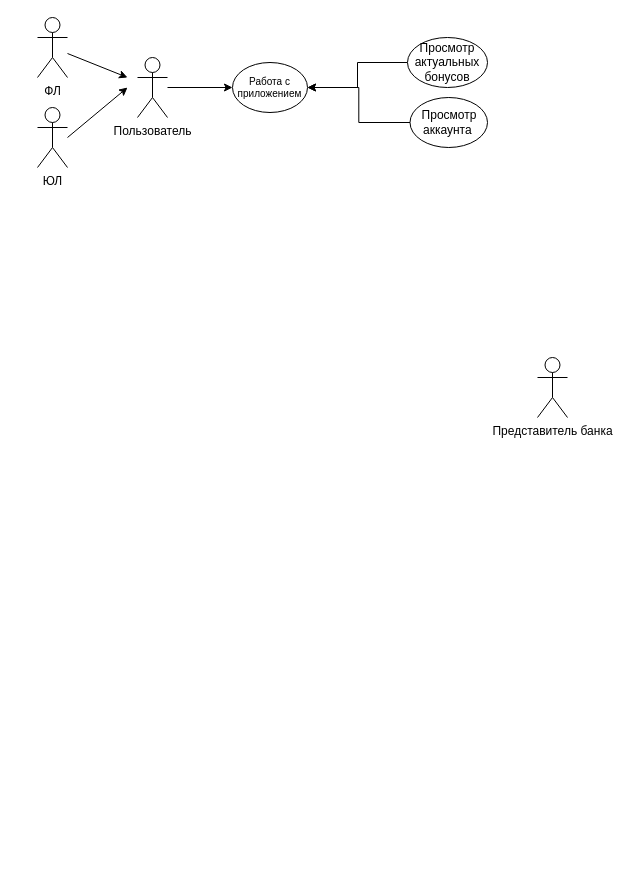
Earlier version of the draw.io diagram Диаграмма без названия.drawio (HeartBreakKidd/Portfolio). Source tidied: cells renumbered, new cells numbered last; positions are measured from the earlier drawing's top-left corner, leaving out a move shared by most shapes. Both pictures are drawn from the tidied source at 100%, with x=0, y=0 at pixel (37, 17).
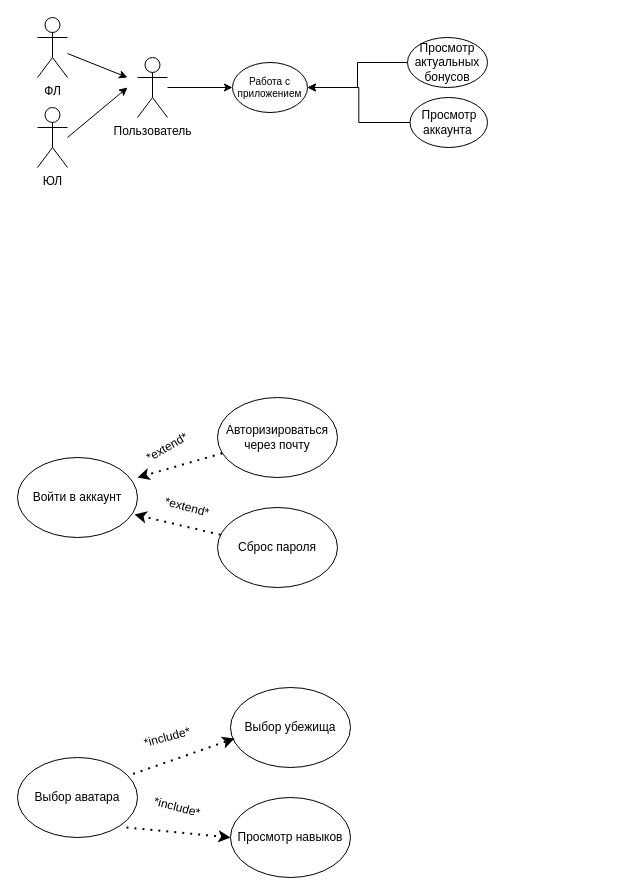
The same page after the edit.

Change to the diagram source:
```diff
@@
-    <mxCell id="3" value="Представитель банка" style="shape=umlActor;verticalLabelPosition=bottom;verticalAlign=top;html=1;" parent="1" vertex="1">
-      <mxGeometry x="500" y="340" width="30" height="60" as="geometry" />
-    </mxCell>
@@
+    <mxCell id="14" value="Войти в аккаунт" style="ellipse;whiteSpace=wrap;html=1;" parent="1" vertex="1">
+      <mxGeometry x="-20" y="440" width="120" height="80" as="geometry" />
+    </mxCell>
+    <mxCell id="15" value="Авторизироваться через почту" style="ellipse;whiteSpace=wrap;html=1;" parent="1" vertex="1">
+      <mxGeometry x="180" y="380" width="120" height="80" as="geometry" />
+    </mxCell>
+    <mxCell id="16" value="Сброс пароля" style="ellipse;whiteSpace=wrap;html=1;" parent="1" vertex="1">
+      <mxGeometry x="180" y="490" width="120" height="80" as="geometry" />
+    </mxCell>
+    <mxCell id="17" style="endArrow=classic;dashed=1;html=1;dashPattern=1 3;strokeWidth=2;rounded=0;entryX=1;entryY=0.25;entryDx=0;entryDy=0;targetPerimeterSpacing=0;endFill=1;entryPerimeter=0;" parent="1" edge="1" source="15" target="14">
+      <mxGeometry relative="1" as="geometry" />
+    </mxCell>
+    <mxCell id="18" style="endArrow=classic;dashed=1;html=1;dashPattern=1 3;strokeWidth=2;rounded=0;entryX=0.975;entryY=0.713;entryDx=0;entryDy=0;targetPerimeterSpacing=0;endFill=1;entryPerimeter=0;" parent="1" edge="1" source="16" target="14">
+      <mxGeometry relative="1" as="geometry" />
+    </mxCell>
+    <mxCell id="19" value="*extend*" style="text;html=1;align=center;verticalAlign=middle;whiteSpace=wrap;rounded=0;rotation=-30;" parent="1" vertex="1">
+      <mxGeometry x="110" y="410" width="40" height="40" as="geometry" />
+    </mxCell>
+    <mxCell id="20" value="*extend*" style="text;html=1;align=center;verticalAlign=middle;whiteSpace=wrap;rounded=0;rotation=15;" parent="1" vertex="1">
+      <mxGeometry x="130" y="470" width="40" height="40" as="geometry" />
+    </mxCell>
+    <mxCell id="21" value="Выбор убежища" style="ellipse;whiteSpace=wrap;html=1;" parent="1" vertex="1">
+      <mxGeometry x="193" y="670" width="120" height="80" as="geometry" />
+    </mxCell>
+    <mxCell id="22" value="Просмотр навыков" style="ellipse;whiteSpace=wrap;html=1;" parent="1" vertex="1">
+      <mxGeometry x="193" y="780" width="120" height="80" as="geometry" />
+    </mxCell>
+    <mxCell id="23" style="endArrow=classic;dashed=1;html=1;dashPattern=1 3;strokeWidth=2;rounded=0;entryX=0.033;entryY=0.638;entryDx=0;entryDy=0;targetPerimeterSpacing=0;endFill=1;entryPerimeter=0;exitX=0.9;exitY=0.238;exitDx=0;exitDy=0;exitPerimeter=0;" parent="1" edge="1" source="25" target="21">
+      <mxGeometry relative="1" as="geometry" />
+    </mxCell>
+    <mxCell id="24" style="endArrow=classic;dashed=1;html=1;dashPattern=1 3;strokeWidth=2;rounded=0;entryX=0;entryY=0.5;entryDx=0;entryDy=0;targetPerimeterSpacing=0;endFill=1;exitX=0.908;exitY=0.875;exitDx=0;exitDy=0;exitPerimeter=0;" parent="1" edge="1" source="25" target="22">
+      <mxGeometry relative="1" as="geometry" />
+    </mxCell>
+    <mxCell id="25" value="Выбор аватара" style="ellipse;whiteSpace=wrap;html=1;" parent="1" vertex="1">
+      <mxGeometry x="-20" y="740" width="120" height="80" as="geometry" />
+    </mxCell>
+    <mxCell id="26" value="*include*" style="text;html=1;align=center;verticalAlign=middle;whiteSpace=wrap;rounded=0;rotation=-15;" parent="1" vertex="1">
+      <mxGeometry x="110" y="700" width="40" height="40" as="geometry" />
+    </mxCell>
+    <mxCell id="27" value="*include*" style="text;html=1;align=center;verticalAlign=middle;whiteSpace=wrap;rounded=0;rotation=15;" parent="1" vertex="1">
+      <mxGeometry x="120" y="770" width="40" height="40" as="geometry" />
+    </mxCell>
```
